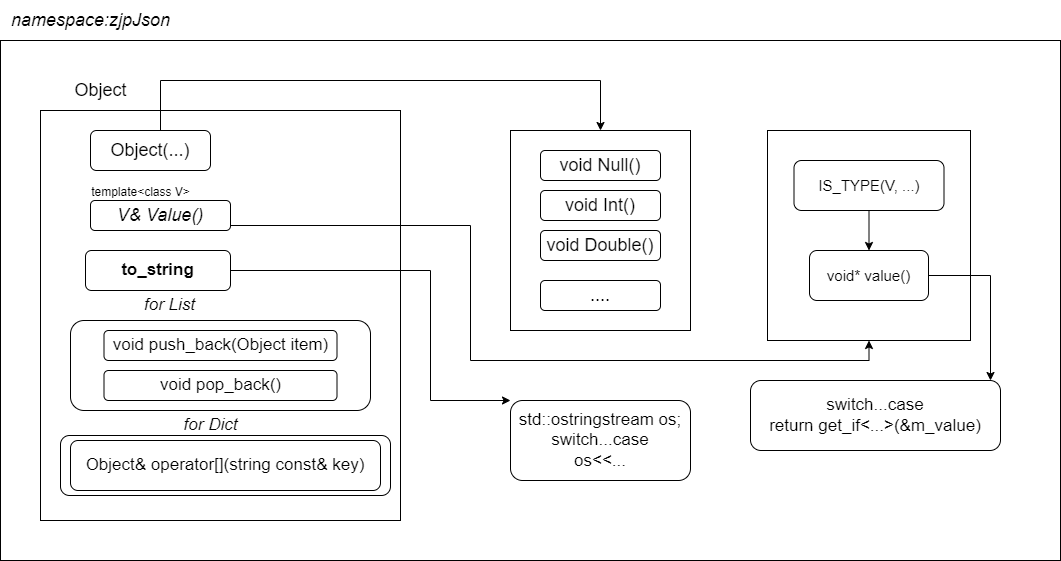
The draw.io diagram data/Json__Object.drawio.png in mo-xiaoxiu/imagefrommyblog, before a commit. Source tidied: cells renumbered, new cells last; positions are measured from the earlier drawing's top-left corner, leaving out a move shared by most shapes.
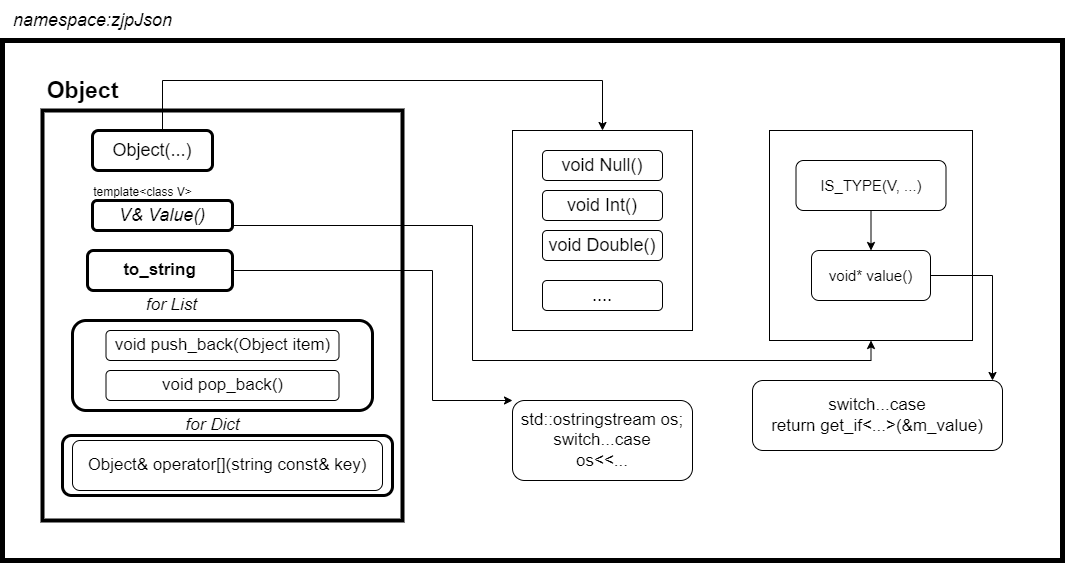
After the change.

Change to the diagram source:
```diff
@@ -2,16 +2,16 @@
   <root>
     <mxCell id="0" />
     <mxCell id="1" parent="0" />
-    <mxCell id="2" style="rounded=0;whiteSpace=wrap;html=1;" parent="1" vertex="1">
+    <mxCell id="2" style="rounded=0;whiteSpace=wrap;html=1;strokeWidth=5;" parent="1" vertex="1">
       <mxGeometry y="40" width="1060" height="520" as="geometry" />
     </mxCell>
     <mxCell id="3" value="&lt;i&gt;&lt;font style=&quot;font-size: 18px;&quot;&gt;namespace:zjpJson&lt;/font&gt;&lt;/i&gt;" style="text;html=1;align=center;verticalAlign=middle;strokeColor=none;fillColor=none;" parent="1" vertex="1">
       <mxGeometry width="180" height="40" as="geometry" />
     </mxCell>
-    <mxCell id="4" value="Object" style="text;html=1;align=center;verticalAlign=middle;strokeColor=none;fillColor=none;fontSize=18;" parent="1" vertex="1">
-      <mxGeometry x="60" y="70" width="80" height="40" as="geometry" />
+    <mxCell id="4" value="&lt;b&gt;&lt;font style=&quot;font-size: 23px;&quot;&gt;Object&lt;/font&gt;&lt;/b&gt;" style="text;html=1;align=center;verticalAlign=middle;strokeColor=none;fillColor=none;fontSize=18;" parent="1" vertex="1">
+      <mxGeometry x="30" y="70" width="100" height="40" as="geometry" />
     </mxCell>
-    <mxCell id="5" style="rounded=0;whiteSpace=wrap;html=1;fontSize=18;" parent="1" vertex="1">
+    <mxCell id="5" style="rounded=0;whiteSpace=wrap;html=1;fontSize=18;strokeWidth=4;" parent="1" vertex="1">
       <mxGeometry x="40" y="110" width="360" height="410" as="geometry" />
     </mxCell>
     <mxCell id="6" style="edgeStyle=orthogonalEdgeStyle;rounded=0;jettySize=auto;html=1;entryX=0.5;entryY=0;entryDx=0;entryDy=0;fontSize=18;" parent="1" edge="1" source="7" target="8">
@@ -22,7 +22,7 @@
         </Array>
       </mxGeometry>
     </mxCell>
-    <mxCell id="7" value="Object(...)" style="rounded=1;whiteSpace=wrap;html=1;fontSize=18;" parent="1" vertex="1">
+    <mxCell id="7" value="Object(...)" style="rounded=1;whiteSpace=wrap;html=1;fontSize=18;strokeWidth=3;" parent="1" vertex="1">
       <mxGeometry x="90" y="130" width="120" height="40" as="geometry" />
     </mxCell>
     <mxCell id="8" style="rounded=0;whiteSpace=wrap;html=1;fontSize=18;" parent="1" vertex="1">
@@ -76,50 +76,41 @@
         </Array>
       </mxGeometry>
     </mxCell>
-    <mxCell id="20" value="&lt;font style=&quot;font-size: 17px;&quot;&gt;&lt;b&gt;to_string&lt;/b&gt;&lt;/font&gt;" style="rounded=1;whiteSpace=wrap;html=1;fontSize=15;" parent="1" vertex="1">
+    <mxCell id="20" value="&lt;font style=&quot;font-size: 17px;&quot;&gt;&lt;b&gt;to_string&lt;/b&gt;&lt;/font&gt;" style="rounded=1;whiteSpace=wrap;html=1;fontSize=15;strokeWidth=3;" parent="1" vertex="1">
       <mxGeometry x="85" y="250" width="145" height="40" as="geometry" />
     </mxCell>
-    <mxCell id="21" style="group;" parent="1" vertex="1">
-      <mxGeometry x="70" y="290" width="300" height="120" as="geometry" />
-    </mxCell>
+    <mxCell id="33" value="switch...case&lt;br&gt;return get_if&amp;lt;...&amp;gt;(&amp;amp;m_value)" style="rounded=1;whiteSpace=wrap;html=1;fontSize=17;" parent="1" vertex="1">
+      <mxGeometry x="750" y="380" width="250" height="70" as="geometry" />
+    </mxCell>
+    <mxCell id="34" value="std::ostringstream os;&lt;br&gt;switch...case&lt;br&gt;os&amp;lt;&amp;lt;..." style="rounded=1;whiteSpace=wrap;html=1;fontSize=17;" parent="1" vertex="1">
+      <mxGeometry x="510" y="400" width="180" height="80" as="geometry" />
+    </mxCell>
+    <mxCell id="27" value="&lt;i&gt;V&amp;amp; Value()&lt;/i&gt;" style="rounded=1;whiteSpace=wrap;html=1;fontSize=18;strokeWidth=3;" parent="1" vertex="1">
+      <mxGeometry x="90" y="200" width="140" height="30" as="geometry" />
+    </mxCell>
+    <mxCell id="28" value="&lt;font style=&quot;font-size: 12px;&quot;&gt;template&amp;lt;class V&amp;gt;&lt;/font&gt;" style="text;html=1;align=center;verticalAlign=middle;strokeColor=none;fillColor=none;fontSize=18;" parent="1" vertex="1">
+      <mxGeometry x="80" y="170" width="120" height="40" as="geometry" />
+    </mxCell>
-    <mxCell id="22" style="rounded=1;whiteSpace=wrap;html=1;fontSize=17;" parent="21" vertex="1">
-      <mxGeometry y="30" width="300" height="90" as="geometry" />
+    <mxCell id="22" style="rounded=1;whiteSpace=wrap;html=1;fontSize=17;strokeWidth=3;" parent="1" vertex="1">
+      <mxGeometry x="70" y="320" width="300" height="90" as="geometry" />
     </mxCell>
-    <mxCell id="23" value="&lt;i&gt;for List&lt;/i&gt;" style="text;html=1;align=center;verticalAlign=middle;strokeColor=none;fillColor=none;fontSize=17;" parent="21" vertex="1">
-      <mxGeometry x="64" width="70" height="30" as="geometry" />
+    <mxCell id="23" value="&lt;i&gt;for List&lt;/i&gt;" style="text;html=1;align=center;verticalAlign=middle;strokeColor=none;fillColor=none;fontSize=17;" parent="1" vertex="1">
+      <mxGeometry x="134" y="290" width="70" height="30" as="geometry" />
     </mxCell>
-    <mxCell id="24" value="void push_back(Object item)" style="rounded=1;whiteSpace=wrap;html=1;fontSize=17;" parent="21" vertex="1">
-      <mxGeometry x="33.5" y="40" width="233" height="30" as="geometry" />
+    <mxCell id="24" value="void push_back(Object item)" style="rounded=1;whiteSpace=wrap;html=1;fontSize=17;" parent="1" vertex="1">
+      <mxGeometry x="103.5" y="330" width="233" height="30" as="geometry" />
     </mxCell>
-    <mxCell id="25" value="void pop_back()" style="rounded=1;whiteSpace=wrap;html=1;fontSize=17;" parent="21" vertex="1">
-      <mxGeometry x="33.5" y="80" width="233" height="30" as="geometry" />
+    <mxCell id="25" value="void pop_back()" style="rounded=1;whiteSpace=wrap;html=1;fontSize=17;" parent="1" vertex="1">
+      <mxGeometry x="103.5" y="370" width="233" height="30" as="geometry" />
     </mxCell>
-    <mxCell id="26" style="group;" parent="1" vertex="1">
-      <mxGeometry x="80" y="170" width="150" height="60" as="geometry" />
-    </mxCell>
-    <mxCell id="27" value="&lt;i&gt;V&amp;amp; Value()&lt;/i&gt;" style="rounded=1;whiteSpace=wrap;html=1;fontSize=18;" parent="26" vertex="1">
-      <mxGeometry x="10" y="30" width="140" height="30" as="geometry" />
-    </mxCell>
-    <mxCell id="28" value="&lt;font style=&quot;font-size: 12px;&quot;&gt;template&amp;lt;class V&amp;gt;&lt;/font&gt;" style="text;html=1;align=center;verticalAlign=middle;strokeColor=none;fillColor=none;fontSize=18;" parent="26" vertex="1">
-      <mxGeometry width="120" height="40" as="geometry" />
-    </mxCell>
-    <mxCell id="29" style="group;" parent="1" vertex="1">
-      <mxGeometry x="60" y="410" width="330" height="85" as="geometry" />
-    </mxCell>
-    <mxCell id="30" style="rounded=1;whiteSpace=wrap;html=1;fontSize=17;" parent="29" vertex="1">
-      <mxGeometry y="25" width="330" height="60" as="geometry" />
+    <mxCell id="30" style="rounded=1;whiteSpace=wrap;html=1;fontSize=17;strokeWidth=3;" parent="1" vertex="1">
+      <mxGeometry x="60" y="435" width="330" height="60" as="geometry" />
     </mxCell>
-    <mxCell id="31" value="&lt;i&gt;for Dict&lt;/i&gt;" style="text;html=1;align=center;verticalAlign=middle;strokeColor=none;fillColor=none;fontSize=17;" parent="29" vertex="1">
-      <mxGeometry x="110" width="80" height="30" as="geometry" />
+    <mxCell id="31" value="&lt;i&gt;for Dict&lt;/i&gt;" style="text;html=1;align=center;verticalAlign=middle;strokeColor=none;fillColor=none;fontSize=17;" parent="1" vertex="1">
+      <mxGeometry x="170" y="410" width="80" height="30" as="geometry" />
     </mxCell>
-    <mxCell id="32" value="Object&amp;amp; operator[](string const&amp;amp; key)" style="rounded=1;whiteSpace=wrap;html=1;fontSize=17;" parent="29" vertex="1">
-      <mxGeometry x="10" y="30" width="310" height="50" as="geometry" />
+    <mxCell id="32" value="Object&amp;amp; operator[](string const&amp;amp; key)" style="rounded=1;whiteSpace=wrap;html=1;fontSize=17;" parent="1" vertex="1">
+      <mxGeometry x="70" y="440" width="310" height="50" as="geometry" />
     </mxCell>
-    <mxCell id="33" value="switch...case&lt;br&gt;return get_if&amp;lt;...&amp;gt;(&amp;amp;m_value)" style="rounded=1;whiteSpace=wrap;html=1;fontSize=17;" parent="1" vertex="1">
-      <mxGeometry x="750" y="380" width="250" height="70" as="geometry" />
-    </mxCell>
-    <mxCell id="34" value="std::ostringstream os;&lt;br&gt;switch...case&lt;br&gt;os&amp;lt;&amp;lt;..." style="rounded=1;whiteSpace=wrap;html=1;fontSize=17;" parent="1" vertex="1">
-      <mxGeometry x="510" y="400" width="180" height="80" as="geometry" />
-    </mxCell>
   </root>
 </mxGraphModel>
```
